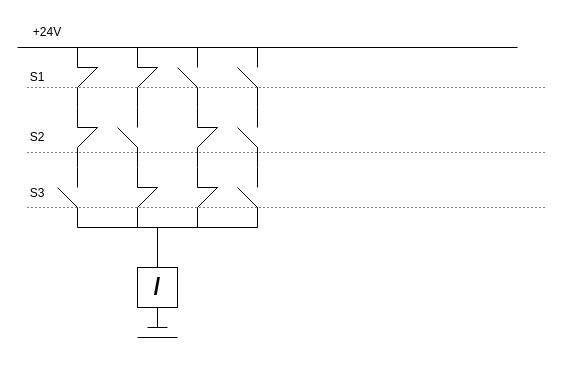
ride2x/SVP1 keeps this draw.io diagram as page "Page-3" (1 of 3) of Untitled Diagram.drawio. Above is the earlier version. Source tidied: cells renumbered, new cells numbered last; positions are measured from the earlier drawing's top-left corner, leaving out a move shared by most shapes. Both pictures are drawn from the tidied source at 100%, with x=0, y=0 at pixel (17, 17).
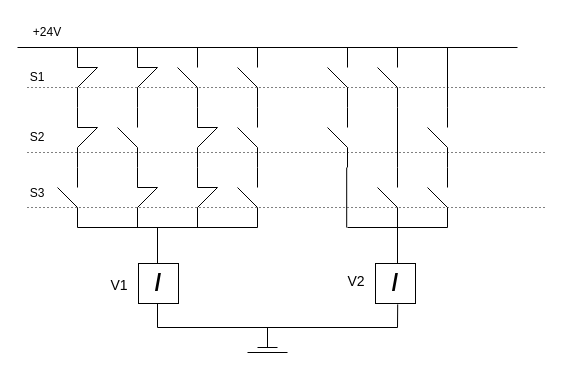
Above is the later version.

The edit, as a diff of the source:
```diff
@@
     <mxCell id="64" value="&lt;b&gt;&lt;font style=&quot;font-size: 23px;&quot;&gt;/&lt;/font&gt;&lt;/b&gt;" style="whiteSpace=wrap;html=1;" parent="1" vertex="1">
-      <mxGeometry x="120" y="250" width="40" height="40" as="geometry" />
+      <mxGeometry x="121" y="246" width="40" height="40" as="geometry" />
     </mxCell>
-    <mxCell id="65" style="endArrow=none;html=1;rounded=0;exitX=0.5;exitY=0;exitDx=0;exitDy=0;" parent="1" edge="1" source="64">
-      <mxGeometry relative="1" as="geometry">
-        <mxPoint x="140" y="210" as="targetPoint" />
-      </mxGeometry>
-    </mxCell>
-    <mxCell id="66" style="endArrow=none;html=1;rounded=0;exitX=0.5;exitY=1;exitDx=0;exitDy=0;" parent="1" edge="1" source="64">
+    <mxCell id="66" style="endArrow=none;html=1;rounded=0;exitX=0.5;exitY=1;exitDx=0;exitDy=0;" parent="1" edge="1">
       <mxGeometry relative="1" as="geometry">
+        <mxPoint x="140" y="286" as="sourcePoint" />
         <mxPoint x="140" y="310" as="targetPoint" />
       </mxGeometry>
     </mxCell>
     <mxCell id="67" style="endArrow=none;html=1;rounded=0;" parent="1" edge="1">
       <mxGeometry relative="1" as="geometry">
-        <mxPoint x="130" y="310" as="sourcePoint" />
-        <mxPoint x="150" y="310" as="targetPoint" />
+        <mxPoint x="240" y="330" as="sourcePoint" />
+        <mxPoint x="260" y="330" as="targetPoint" />
       </mxGeometry>
     </mxCell>
     <mxCell id="68" style="endArrow=none;html=1;rounded=0;" parent="1" edge="1">
       <mxGeometry relative="1" as="geometry">
-        <mxPoint x="120" y="320" as="sourcePoint" />
-        <mxPoint x="160" y="320" as="targetPoint" />
+        <mxPoint x="230" y="335" as="sourcePoint" />
+        <mxPoint x="270" y="335" as="targetPoint" />
       </mxGeometry>
     </mxCell>
@@
+    <mxCell id="70" style="group;" parent="1" vertex="1">
+      <mxGeometry x="310" y="30" width="20" height="60" as="geometry" />
+    </mxCell>
+    <mxCell id="71" style="endArrow=none;html=1;rounded=0;" parent="70" edge="1">
+      <mxGeometry relative="1" as="geometry">
+        <mxPoint x="20" y="20" as="sourcePoint" />
+        <mxPoint x="20" as="targetPoint" />
+      </mxGeometry>
+    </mxCell>
+    <mxCell id="72" style="endArrow=none;html=1;rounded=0;" parent="70" edge="1">
+      <mxGeometry relative="1" as="geometry">
+        <mxPoint x="20" y="40" as="sourcePoint" />
+        <mxPoint y="20" as="targetPoint" />
+      </mxGeometry>
+    </mxCell>
+    <mxCell id="73" style="endArrow=none;html=1;rounded=0;" parent="70" edge="1">
+      <mxGeometry relative="1" as="geometry">
+        <mxPoint x="20" y="60" as="sourcePoint" />
+        <mxPoint x="20" y="40" as="targetPoint" />
+      </mxGeometry>
+    </mxCell>
+    <mxCell id="74" style="group;" parent="1" vertex="1">
+      <mxGeometry x="360" y="30" width="20" height="60" as="geometry" />
+    </mxCell>
+    <mxCell id="75" style="endArrow=none;html=1;rounded=0;" parent="74" edge="1">
+      <mxGeometry relative="1" as="geometry">
+        <mxPoint x="20" y="20" as="sourcePoint" />
+        <mxPoint x="20" as="targetPoint" />
+      </mxGeometry>
+    </mxCell>
+    <mxCell id="76" style="endArrow=none;html=1;rounded=0;" parent="74" edge="1">
+      <mxGeometry relative="1" as="geometry">
+        <mxPoint x="20" y="40" as="sourcePoint" />
+        <mxPoint y="20" as="targetPoint" />
+      </mxGeometry>
+    </mxCell>
+    <mxCell id="77" style="endArrow=none;html=1;rounded=0;" parent="74" edge="1">
+      <mxGeometry relative="1" as="geometry">
+        <mxPoint x="20" y="60" as="sourcePoint" />
+        <mxPoint x="20" y="40" as="targetPoint" />
+      </mxGeometry>
+    </mxCell>
+    <mxCell id="78" style="group;" parent="1" vertex="1">
+      <mxGeometry x="310" y="90" width="20" height="60" as="geometry" />
+    </mxCell>
+    <mxCell id="79" style="endArrow=none;html=1;rounded=0;" parent="78" edge="1">
+      <mxGeometry relative="1" as="geometry">
+        <mxPoint x="20" y="20" as="sourcePoint" />
+        <mxPoint x="20" as="targetPoint" />
+      </mxGeometry>
+    </mxCell>
+    <mxCell id="80" style="endArrow=none;html=1;rounded=0;" parent="78" edge="1">
+      <mxGeometry relative="1" as="geometry">
+        <mxPoint x="20" y="40" as="sourcePoint" />
+        <mxPoint y="20" as="targetPoint" />
+      </mxGeometry>
+    </mxCell>
+    <mxCell id="81" style="endArrow=none;html=1;rounded=0;" parent="78" edge="1">
+      <mxGeometry relative="1" as="geometry">
+        <mxPoint x="20" y="60" as="sourcePoint" />
+        <mxPoint x="20" y="40" as="targetPoint" />
+      </mxGeometry>
+    </mxCell>
+    <mxCell id="82" style="group;" parent="1" vertex="1">
+      <mxGeometry x="360" y="150" width="20" height="60" as="geometry" />
+    </mxCell>
+    <mxCell id="83" style="endArrow=none;html=1;rounded=0;" parent="82" edge="1">
+      <mxGeometry relative="1" as="geometry">
+        <mxPoint x="20" y="20" as="sourcePoint" />
+        <mxPoint x="20" as="targetPoint" />
+      </mxGeometry>
+    </mxCell>
+    <mxCell id="84" style="endArrow=none;html=1;rounded=0;" parent="82" edge="1">
+      <mxGeometry relative="1" as="geometry">
+        <mxPoint x="20" y="40" as="sourcePoint" />
+        <mxPoint y="20" as="targetPoint" />
+      </mxGeometry>
+    </mxCell>
+    <mxCell id="85" style="endArrow=none;html=1;rounded=0;" parent="82" edge="1">
+      <mxGeometry relative="1" as="geometry">
+        <mxPoint x="20" y="60" as="sourcePoint" />
+        <mxPoint x="20" y="40" as="targetPoint" />
+      </mxGeometry>
+    </mxCell>
+    <mxCell id="86" style="group;" parent="1" vertex="1">
+      <mxGeometry x="410" y="150" width="20" height="60" as="geometry" />
+    </mxCell>
+    <mxCell id="87" style="endArrow=none;html=1;rounded=0;" parent="86" edge="1">
+      <mxGeometry relative="1" as="geometry">
+        <mxPoint x="20" y="20" as="sourcePoint" />
+        <mxPoint x="20" as="targetPoint" />
+      </mxGeometry>
+    </mxCell>
+    <mxCell id="88" style="endArrow=none;html=1;rounded=0;" parent="86" edge="1">
+      <mxGeometry relative="1" as="geometry">
+        <mxPoint x="20" y="40" as="sourcePoint" />
+        <mxPoint y="20" as="targetPoint" />
+      </mxGeometry>
+    </mxCell>
+    <mxCell id="89" style="endArrow=none;html=1;rounded=0;" parent="86" edge="1">
+      <mxGeometry relative="1" as="geometry">
+        <mxPoint x="20" y="60" as="sourcePoint" />
+        <mxPoint x="20" y="40" as="targetPoint" />
+      </mxGeometry>
+    </mxCell>
+    <mxCell id="90" style="group;" parent="1" vertex="1">
+      <mxGeometry x="410" y="90" width="20" height="60" as="geometry" />
+    </mxCell>
+    <mxCell id="91" style="endArrow=none;html=1;rounded=0;" parent="90" edge="1">
+      <mxGeometry relative="1" as="geometry">
+        <mxPoint x="20" y="20" as="sourcePoint" />
+        <mxPoint x="20" as="targetPoint" />
+      </mxGeometry>
+    </mxCell>
+    <mxCell id="92" style="endArrow=none;html=1;rounded=0;" parent="90" edge="1">
+      <mxGeometry relative="1" as="geometry">
+        <mxPoint x="20" y="40" as="sourcePoint" />
+        <mxPoint y="20" as="targetPoint" />
+      </mxGeometry>
+    </mxCell>
+    <mxCell id="93" style="endArrow=none;html=1;rounded=0;" parent="90" edge="1">
+      <mxGeometry relative="1" as="geometry">
+        <mxPoint x="20" y="60" as="sourcePoint" />
+        <mxPoint x="20" y="40" as="targetPoint" />
+      </mxGeometry>
+    </mxCell>
+    <mxCell id="94" style="endArrow=none;html=1;rounded=0;" parent="1" edge="1">
+      <mxGeometry relative="1" as="geometry">
+        <mxPoint x="380" y="150" as="sourcePoint" />
+        <mxPoint x="380" y="90" as="targetPoint" />
+      </mxGeometry>
+    </mxCell>
+    <mxCell id="95" style="endArrow=none;html=1;rounded=0;" parent="1" edge="1">
+      <mxGeometry relative="1" as="geometry">
+        <mxPoint x="430" y="90" as="sourcePoint" />
+        <mxPoint x="430" y="30" as="targetPoint" />
+      </mxGeometry>
+    </mxCell>
+    <mxCell id="96" style="endArrow=none;html=1;rounded=0;" parent="1" edge="1">
+      <mxGeometry relative="1" as="geometry">
+        <mxPoint x="329.2" y="210" as="sourcePoint" />
+        <mxPoint x="329.2" y="150" as="targetPoint" />
+      </mxGeometry>
+    </mxCell>
+    <mxCell id="97" style="endArrow=none;html=1;rounded=0;" parent="1" edge="1">
+      <mxGeometry relative="1" as="geometry">
+        <mxPoint x="330" y="210" as="sourcePoint" />
+        <mxPoint x="430" y="210" as="targetPoint" />
+      </mxGeometry>
+    </mxCell>
+    <mxCell id="98" value="&lt;font style=&quot;font-size: 14px;&quot;&gt;V1&lt;/font&gt;" style="text;strokeColor=none;align=center;fillColor=none;html=1;verticalAlign=middle;whiteSpace=wrap;rounded=0;" parent="1" vertex="1">
+      <mxGeometry x="87" y="253" width="30" height="30" as="geometry" />
+    </mxCell>
+    <mxCell id="99" value="&lt;b&gt;&lt;font style=&quot;font-size: 23px;&quot;&gt;/&lt;/font&gt;&lt;/b&gt;" style="whiteSpace=wrap;html=1;" parent="1" vertex="1">
+      <mxGeometry x="358" y="246" width="40" height="40" as="geometry" />
+    </mxCell>
+    <mxCell id="100" value="&lt;font style=&quot;font-size: 14px;&quot;&gt;V2&lt;/font&gt;" style="text;strokeColor=none;align=center;fillColor=none;html=1;verticalAlign=middle;whiteSpace=wrap;rounded=0;" parent="1" vertex="1">
+      <mxGeometry x="324" y="249" width="30" height="30" as="geometry" />
+    </mxCell>
+    <mxCell id="101" style="endArrow=none;html=1;rounded=0;" parent="1" edge="1">
+      <mxGeometry relative="1" as="geometry">
+        <mxPoint x="250" y="330" as="sourcePoint" />
+        <mxPoint x="250" y="310" as="targetPoint" />
+      </mxGeometry>
+    </mxCell>
+    <mxCell id="102" style="endArrow=none;html=1;rounded=0;" parent="1" edge="1">
+      <mxGeometry relative="1" as="geometry">
+        <mxPoint x="140" y="310" as="sourcePoint" />
+        <mxPoint x="380" y="310" as="targetPoint" />
+      </mxGeometry>
+    </mxCell>
+    <mxCell id="103" style="endArrow=none;html=1;rounded=0;" parent="1" edge="1">
+      <mxGeometry relative="1" as="geometry">
+        <mxPoint x="140" y="246" as="sourcePoint" />
+        <mxPoint x="140" y="210" as="targetPoint" />
+      </mxGeometry>
+    </mxCell>
+    <mxCell id="104" style="endArrow=none;html=1;rounded=0;" parent="1" edge="1">
+      <mxGeometry relative="1" as="geometry">
+        <mxPoint x="380" y="246" as="sourcePoint" />
+        <mxPoint x="380" y="210" as="targetPoint" />
+      </mxGeometry>
+    </mxCell>
+    <mxCell id="105" style="endArrow=none;html=1;rounded=0;exitX=0.555;exitY=1.022;exitDx=0;exitDy=0;exitPerimeter=0;" parent="1" edge="1" source="99">
+      <mxGeometry relative="1" as="geometry">
+        <mxPoint x="380" y="310" as="targetPoint" />
+      </mxGeometry>
+    </mxCell>
```
